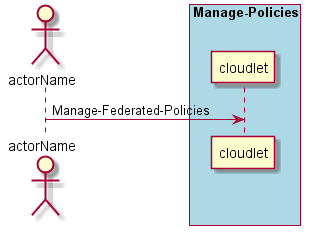
The PlantUML diagram docs/UseCases/Manage-Policies/Manage-Federated-Policies.png in CAADE/CloudLet, before a commit.
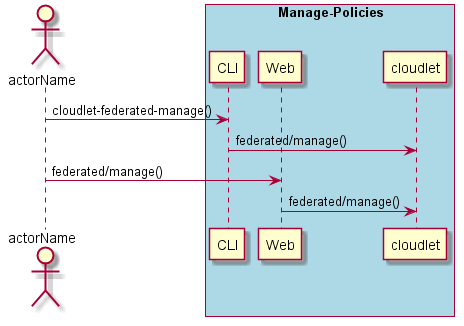
The same file after the commit.

What changed in the source:
```diff
@@ -2,8 +2,13 @@
 Actor "actorName" as A
 
 box "Manage-Policies" #lightblue
+participant CLI as CLI
+participant Web as Web
 participant "cloudlet" as S
-A -> S : Manage-Federated-Policies
+A -> CLI : cloudlet-federated-manage()
+CLI -> S : federated/manage()
+A -> Web : federated/manage()
+Web -> S : federated/manage()
 end box
 
 @enduml
```
